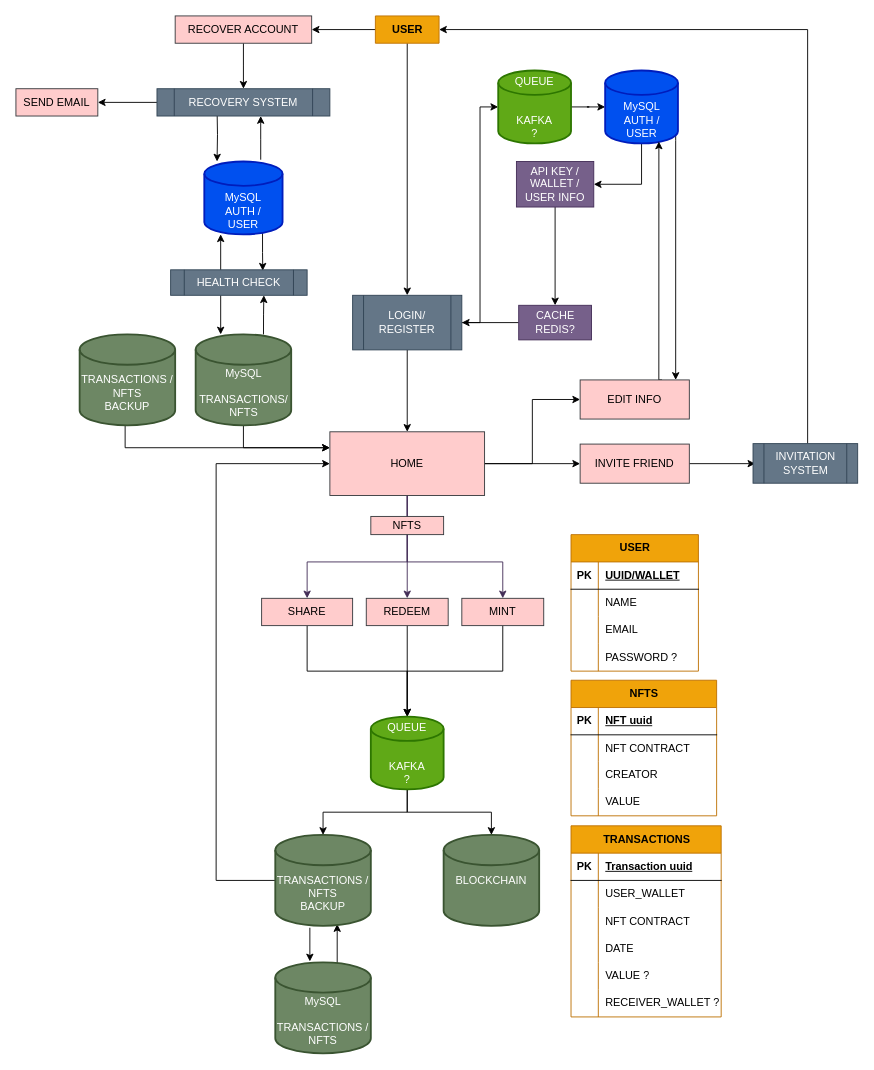
The draw.io diagram Diagrama sem nome.drawio in LucasR29/pegae, before the edit. Source tidied: cells renumbered, new cells numbered last; positions are measured from the earlier drawing's top-left corner, leaving out a move shared by most shapes. Both pictures are drawn from the tidied source at 91%, with x=0, y=0 at pixel (15, 15).
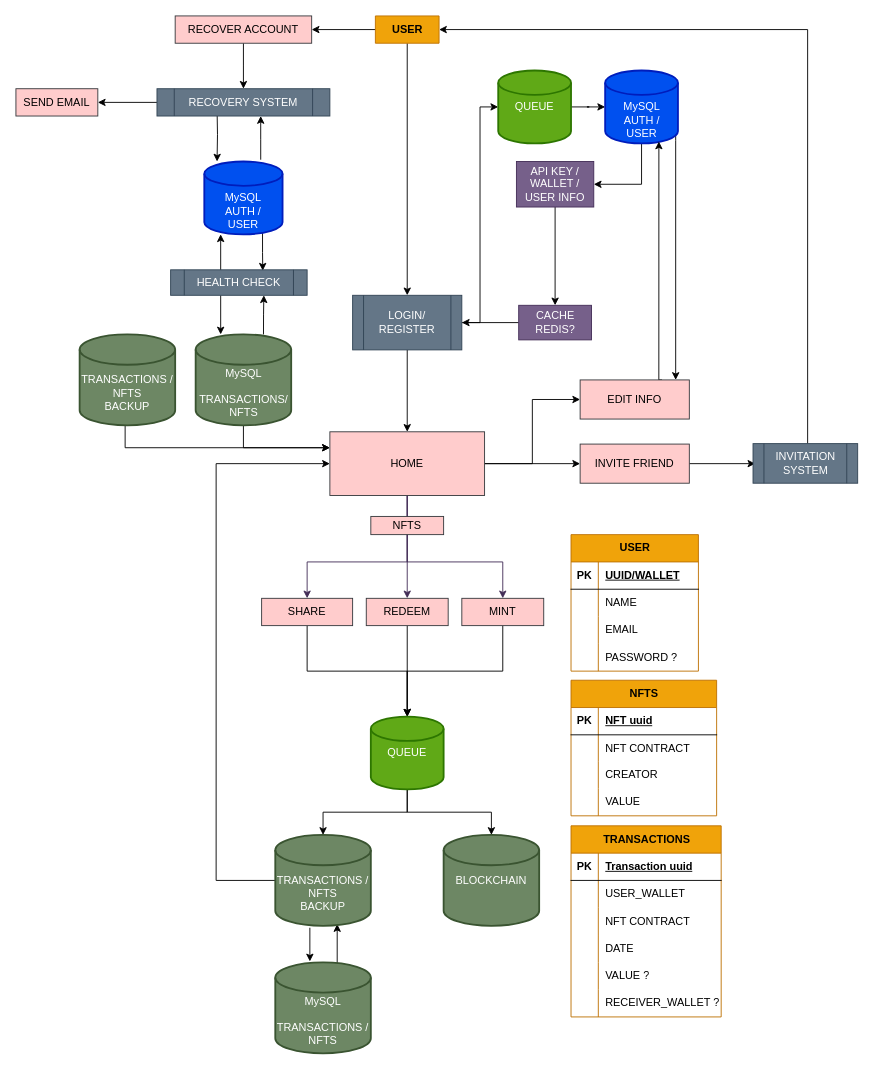
Above is the later version.

The edit, as a diff of the source:
```diff
@@
-    <mxCell id="18" value="QUEUE&lt;br&gt;&lt;br&gt;&lt;br&gt;KAFKA&lt;br&gt;?" style="strokeWidth=2;html=1;shape=mxgraph.flowchart.database;whiteSpace=wrap;fillColor=#60a917;fontColor=#ffffff;strokeColor=#2D7600;" parent="1" vertex="1">
+    <mxCell id="18" value="QUEUE" style="strokeWidth=2;html=1;shape=mxgraph.flowchart.database;whiteSpace=wrap;fillColor=#60a917;fontColor=#ffffff;strokeColor=#2D7600;" parent="1" vertex="1">
       <mxGeometry x="530" y="60" width="80" height="80" as="geometry" />
     </mxCell>
@@
-    <mxCell id="30" value="QUEUE&lt;br&gt;&lt;br&gt;&lt;br&gt;KAFKA&lt;br&gt;?" style="strokeWidth=2;html=1;shape=mxgraph.flowchart.database;whiteSpace=wrap;fillColor=#60a917;fontColor=#ffffff;strokeColor=#2D7600;" parent="1" vertex="1">
+    <mxCell id="30" value="QUEUE" style="strokeWidth=2;html=1;shape=mxgraph.flowchart.database;whiteSpace=wrap;fillColor=#60a917;fontColor=#ffffff;strokeColor=#2D7600;" parent="1" vertex="1">
       <mxGeometry x="390" y="770" width="80" height="80" as="geometry" />
     </mxCell>
```
